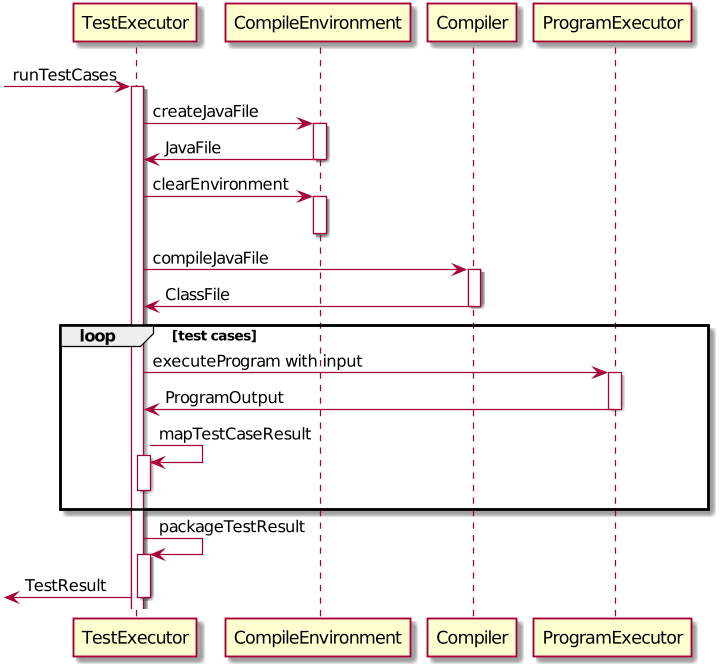
Earlier version of the PlantUML export docs/images/TestExecutorSequenceDiagram.png (nus-cs2103-AY1920S1/addressbook-level3). Source of this version:
```plantuml
@startuml
[-> TestExecutor:runTestCases
activate TestExecutor

TestExecutor -> CompileEnvironment:createJavaFile
activate CompileEnvironment
CompileEnvironment -> TestExecutor:JavaFile
deactivate CompileEnvironment

TestExecutor -> CompileEnvironment:clearEnvironment
activate CompileEnvironment
deactivate CompileEnvironment

TestExecutor -> Compiler:compileJavaFile
activate Compiler
Compiler -> TestExecutor:ClassFile
deactivate Compiler

loop test cases
TestExecutor -> ProgramExecutor:executeProgram with input
activate ProgramExecutor
ProgramExecutor -> TestExecutor:ProgramOutput
deactivate ProgramExecutor
TestExecutor -> TestExecutor:mapTestCaseResult
activate TestExecutor
deactivate TestExecutor

end

TestExecutor -> TestExecutor:packageTestResult
activate TestExecutor

[<-TestExecutor:TestResult
deactivate TestExecutor
@enduml
```
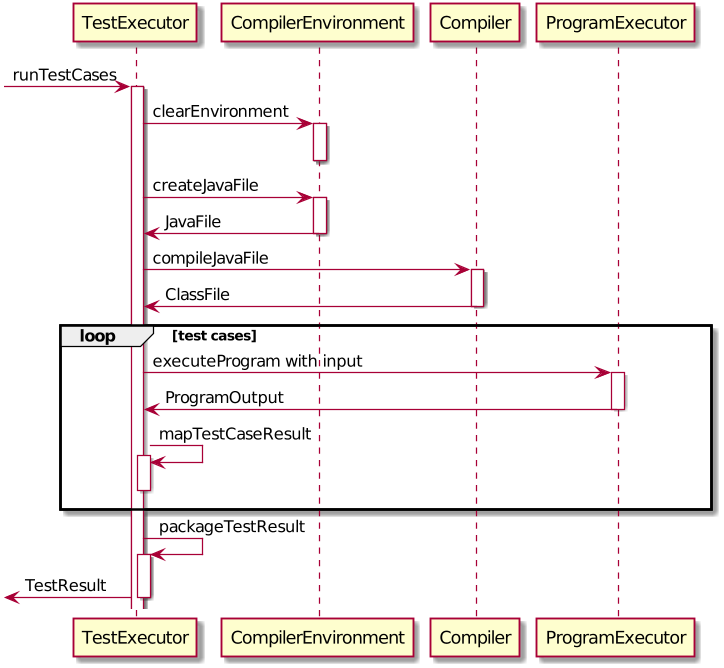
After the change.

The edit, as a diff of the source:
```diff
@@ -2,14 +2,14 @@
 [-> TestExecutor:runTestCases
 activate TestExecutor
 
-TestExecutor -> CompileEnvironment:createJavaFile
-activate CompileEnvironment
-CompileEnvironment -> TestExecutor:JavaFile
-deactivate CompileEnvironment
+TestExecutor -> CompilerEnvironment:clearEnvironment
+activate CompilerEnvironment
+deactivate CompilerEnvironment
 
-TestExecutor -> CompileEnvironment:clearEnvironment
-activate CompileEnvironment
-deactivate CompileEnvironment
+TestExecutor -> CompilerEnvironment:createJavaFile
+activate CompilerEnvironment
+CompilerEnvironment -> TestExecutor:JavaFile
+deactivate CompilerEnvironment
 
 TestExecutor -> Compiler:compileJavaFile
 activate Compiler
```
